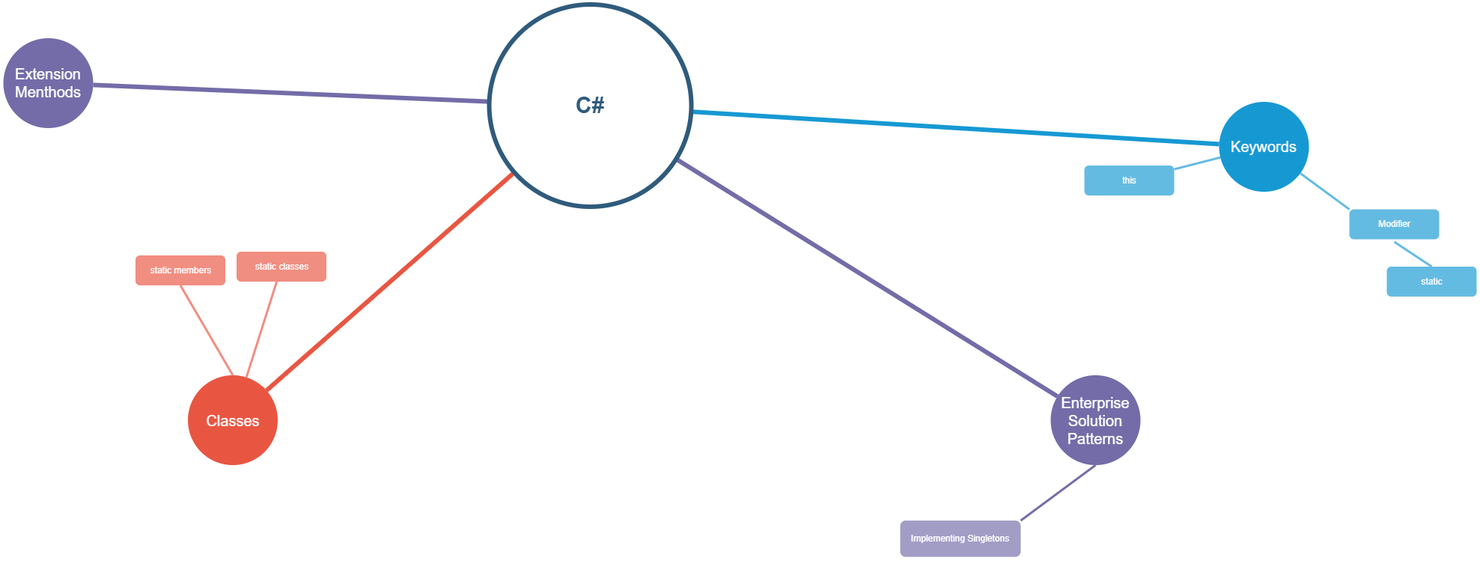
Earlier version of the draw.io export CSharp/Mindmap.png (muksiddheswar/Mind-Maps). Source tidied: cells renumbered, new cells last; positions are measured from the earlier drawing's top-left corner, leaving out a move shared by most shapes.
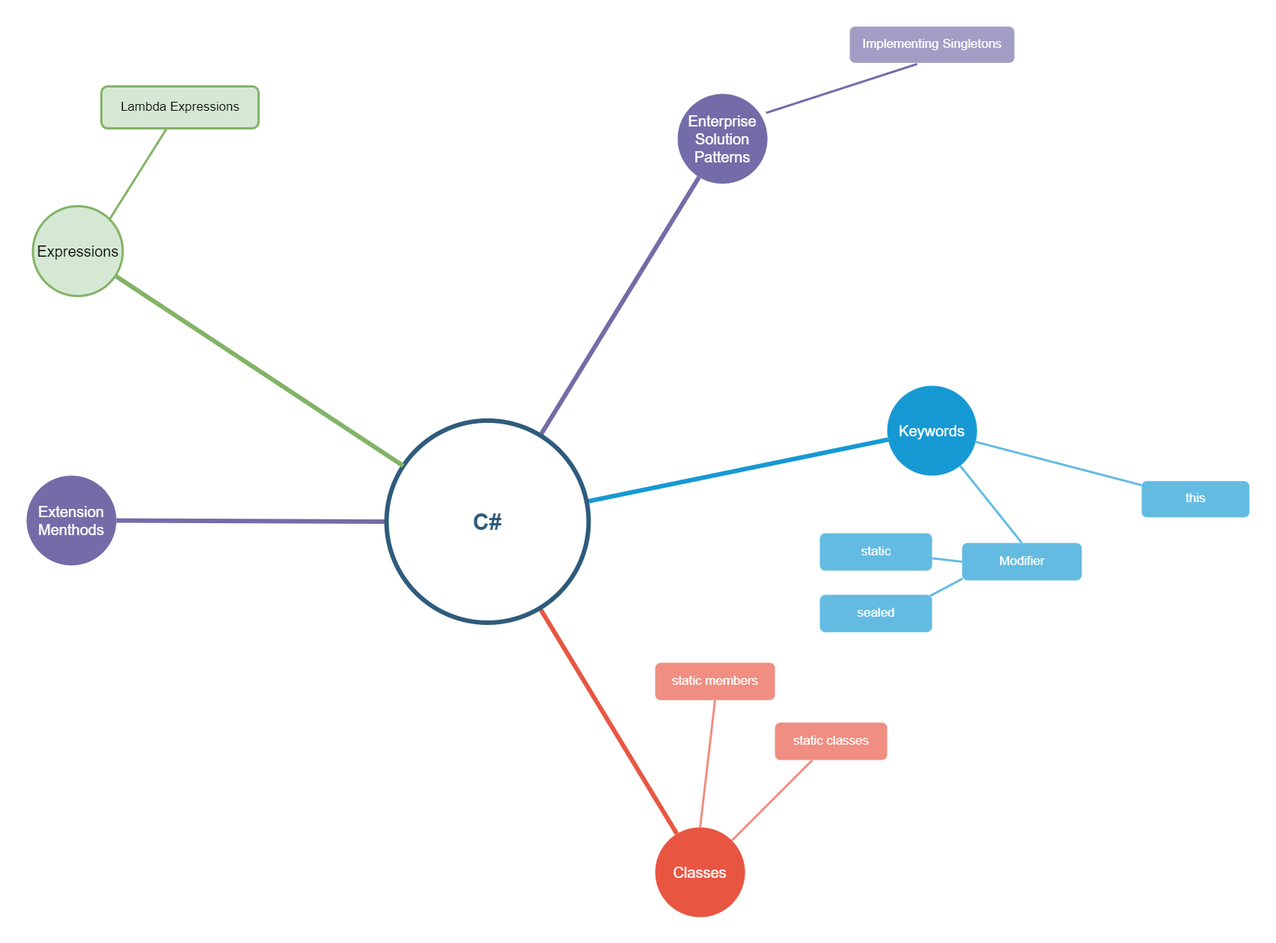
The same diagram one commit later.

Change to the diagram source:
```diff
@@ -3,13 +3,13 @@
     <mxCell id="0" />
     <mxCell id="1" parent="0" />
     <mxCell id="2" value="Keywords" style="ellipse;whiteSpace=wrap;html=1;shadow=0;fontFamily=Helvetica;fontSize=20;fontColor=#FFFFFF;align=center;strokeWidth=3;fillColor=#1699D3;strokeColor=none;" parent="1" vertex="1">
-      <mxGeometry x="1624" y="130.5" width="120" height="120" as="geometry" />
+      <mxGeometry x="1318" y="-46" width="120" height="120" as="geometry" />
     </mxCell>
     <mxCell id="3" value="Enterprise Solution Patterns" style="ellipse;whiteSpace=wrap;html=1;shadow=0;fontFamily=Helvetica;fontSize=20;fontColor=#FFFFFF;align=center;strokeWidth=3;fillColor=#736ca8;strokeColor=none;" parent="1" vertex="1">
-      <mxGeometry x="1399" y="495.5" width="120" height="120" as="geometry" />
+      <mxGeometry x="1038" y="-436" width="120" height="120" as="geometry" />
     </mxCell>
     <mxCell id="4" value="Classes" style="ellipse;whiteSpace=wrap;html=1;shadow=0;fontFamily=Helvetica;fontSize=20;fontColor=#FFFFFF;align=center;strokeWidth=3;fillColor=#E85642;strokeColor=none;" parent="1" vertex="1">
-      <mxGeometry x="246.5" y="495.5" width="120" height="120" as="geometry" />
+      <mxGeometry x="1008" y="544" width="120" height="120" as="geometry" />
     </mxCell>
     <mxCell id="5" style="endArrow=none;strokeWidth=6;strokeColor=#1699D3;html=1;" parent="1" edge="1" source="15" target="2">
       <mxGeometry relative="1" as="geometry" />
@@ -23,20 +23,20 @@
     <mxCell id="8" style="edgeStyle=none;endArrow=none;strokeWidth=6;strokeColor=#E85642;html=1;" parent="1" edge="1" source="15" target="4">
       <mxGeometry x="181" y="226.5" as="geometry" />
     </mxCell>
-    <mxCell id="9" value="this" style="rounded=1;fillColor=#64BBE2;strokeColor=none;strokeWidth=3;shadow=0;html=1;fontColor=#FFFFFF;" parent="1" vertex="1">
-      <mxGeometry x="1444" y="215.5" width="120" height="40" as="geometry" />
+    <mxCell id="9" value="this" style="rounded=1;fillColor=#64BBE2;strokeColor=none;strokeWidth=3;shadow=0;html=1;fontColor=#FFFFFF;fontSize=17;" parent="1" vertex="1">
+      <mxGeometry x="1658" y="81.2" width="144" height="48.5" as="geometry" />
     </mxCell>
     <mxCell id="10" style="edgeStyle=none;endArrow=none;strokeWidth=3;strokeColor=#64BBE2;html=1;" parent="1" edge="1" source="2" target="9">
       <mxGeometry x="-24" y="196.5" as="geometry" />
     </mxCell>
-    <mxCell id="11" value="Implementing Singletons" style="rounded=1;fillColor=#a29dc5;strokeColor=none;strokeWidth=3;shadow=0;html=1;fontColor=#FFFFFF;" parent="1" vertex="1">
-      <mxGeometry x="1198" y="689.5" width="161" height="48.5" as="geometry" />
+    <mxCell id="11" value="Implementing Singletons" style="rounded=1;fillColor=#a29dc5;strokeColor=none;strokeWidth=3;shadow=0;html=1;fontColor=#FFFFFF;fontSize=17;" parent="1" vertex="1">
+      <mxGeometry x="1268" y="-526" width="220" height="48.5" as="geometry" />
     </mxCell>
-    <mxCell id="12" value="static classes" style="rounded=1;fillColor=#f08e81;strokeColor=none;strokeWidth=3;shadow=0;html=1;fontColor=#FFFFFF;" parent="1" vertex="1">
-      <mxGeometry x="311.5" y="330.5" width="120" height="40" as="geometry" />
+    <mxCell id="12" value="static classes" style="rounded=1;fillColor=#f08e81;strokeColor=none;strokeWidth=3;shadow=0;html=1;fontColor=#FFFFFF;fontSize=17;" parent="1" vertex="1">
+      <mxGeometry x="1168" y="404" width="150" height="50" as="geometry" />
     </mxCell>
-    <mxCell id="13" value="static members" style="rounded=1;fillColor=#f08e81;strokeColor=none;strokeWidth=3;shadow=0;html=1;fontColor=#FFFFFF;" parent="1" vertex="1">
-      <mxGeometry x="176.5" y="335.5" width="120" height="40" as="geometry" />
+    <mxCell id="13" value="static members" style="rounded=1;fillColor=#f08e81;strokeColor=none;strokeWidth=3;shadow=0;html=1;fontColor=#FFFFFF;fontSize=17;" parent="1" vertex="1">
+      <mxGeometry x="1008" y="324" width="160" height="50" as="geometry" />
     </mxCell>
     <mxCell id="14" style="edgeStyle=none;endArrow=none;strokeWidth=3;strokeColor=#F08E81;html=1;" parent="1" edge="1" source="4" target="12">
       <mxGeometry x="188.5" y="51.5" as="geometry" />
@@ -45,25 +45,45 @@
       <mxGeometry x="649" y="0.5" width="270" height="270" as="geometry" />
     </mxCell>
     <mxCell id="16" value="Extension Menthods" style="ellipse;whiteSpace=wrap;html=1;shadow=0;fontFamily=Helvetica;fontSize=20;fontColor=#FFFFFF;align=center;strokeWidth=3;fillColor=#736ca8;strokeColor=none;" parent="1" vertex="1">
-      <mxGeometry y="45.5" width="120" height="120" as="geometry" />
+      <mxGeometry x="168" y="74" width="120" height="120" as="geometry" />
     </mxCell>
-    <mxCell id="17" value="Modifier" style="rounded=1;fillColor=#64BBE2;strokeColor=none;strokeWidth=3;shadow=0;html=1;fontColor=#FFFFFF;" parent="1" vertex="1">
-      <mxGeometry x="1798" y="274" width="120" height="40" as="geometry" />
+    <mxCell id="17" value="Modifier" style="rounded=1;fillColor=#64BBE2;strokeColor=none;strokeWidth=3;shadow=0;html=1;fontColor=#FFFFFF;fontSize=17;" parent="1" vertex="1">
+      <mxGeometry x="1418" y="164" width="160" height="50" as="geometry" />
     </mxCell>
-    <mxCell id="18" style="edgeStyle=none;endArrow=none;strokeWidth=3;strokeColor=#64BBE2;html=1;entryX=0;entryY=0;entryDx=0;entryDy=0;" parent="1" edge="1" source="2" target="17">
+    <mxCell id="18" style="edgeStyle=none;endArrow=none;strokeWidth=3;strokeColor=#64BBE2;html=1;entryX=0.5;entryY=0;entryDx=0;entryDy=0;" parent="1" edge="1" source="2" target="17">
       <mxGeometry x="-14" y="206.5" as="geometry" />
     </mxCell>
-    <mxCell id="19" value="static" style="rounded=1;fillColor=#64BBE2;strokeColor=none;strokeWidth=3;shadow=0;html=1;fontColor=#FFFFFF;" parent="1" vertex="1">
-      <mxGeometry x="1848" y="350.5" width="120" height="40" as="geometry" />
+    <mxCell id="19" value="static" style="rounded=1;fillColor=#64BBE2;strokeColor=none;strokeWidth=3;shadow=0;html=1;fontColor=#FFFFFF;fontSize=17;" parent="1" vertex="1">
+      <mxGeometry x="1228" y="151" width="150" height="50" as="geometry" />
     </mxCell>
-    <mxCell id="20" style="edgeStyle=none;endArrow=none;strokeWidth=3;strokeColor=#64BBE2;html=1;entryX=0.5;entryY=1.085;entryDx=0;entryDy=0;entryPerimeter=0;exitX=0.5;exitY=0;exitDx=0;exitDy=0;" parent="1" edge="1" source="19" target="17">
+    <mxCell id="20" style="edgeStyle=none;endArrow=none;strokeWidth=3;strokeColor=#64BBE2;html=1;entryX=0;entryY=0.5;entryDx=0;entryDy=0;" parent="1" edge="1" source="19" target="17">
       <mxGeometry x="-4" y="216.5" as="geometry" />
     </mxCell>
-    <mxCell id="21" style="endArrow=none;strokeWidth=3;strokeColor=#736ca8;html=1;entryX=0.5;entryY=1;entryDx=0;entryDy=0;exitX=1;exitY=0;exitDx=0;exitDy=0;" parent="1" edge="1" source="11" target="3">
-      <mxGeometry relative="1" as="geometry" />
+    <mxCell id="21" style="endArrow=none;strokeWidth=3;strokeColor=#736ca8;html=1;entryX=0.986;entryY=0.211;entryDx=0;entryDy=0;entryPerimeter=0;" parent="1" edge="1" target="3">
+      <mxGeometry relative="1" as="geometry">
+        <mxPoint x="1358" y="-476" as="sourcePoint" />
+      </mxGeometry>
     </mxCell>
     <mxCell id="22" style="edgeStyle=none;endArrow=none;strokeWidth=3;strokeColor=#F08E81;html=1;entryX=0.5;entryY=1;entryDx=0;entryDy=0;exitX=0.5;exitY=0;exitDx=0;exitDy=0;" parent="1" edge="1" source="4" target="13">
       <mxGeometry x="198.5" y="61.5" as="geometry" />
     </mxCell>
+    <mxCell id="23" style="endArrow=none;strokeWidth=6;strokeColor=#82b366;html=1;fillColor=#d5e8d4;" parent="1" edge="1" source="15" target="24">
+      <mxGeometry relative="1" as="geometry" />
+    </mxCell>
+    <mxCell id="24" value="Expressions" style="ellipse;whiteSpace=wrap;html=1;shadow=0;fontFamily=Helvetica;fontSize=20;align=center;strokeWidth=3;fillColor=#d5e8d4;strokeColor=#82b366;" parent="1" vertex="1">
+      <mxGeometry x="176.5" y="-286" width="120" height="120" as="geometry" />
+    </mxCell>
+    <mxCell id="25" value="Lambda Expressions" style="rounded=1;fillColor=#d5e8d4;strokeColor=#82b366;strokeWidth=3;shadow=0;html=1;fontSize=17;" parent="1" vertex="1">
+      <mxGeometry x="268" y="-446" width="210" height="56" as="geometry" />
+    </mxCell>
+    <mxCell id="26" style="edgeStyle=none;endArrow=none;strokeWidth=3;strokeColor=#82b366;html=1;exitX=1;exitY=0;exitDx=0;exitDy=0;fillColor=#d5e8d4;" parent="1" edge="1" source="24" target="25">
+      <mxGeometry x="188.5" y="51.5" as="geometry" />
+    </mxCell>
+    <mxCell id="27" value="sealed" style="rounded=1;fillColor=#64BBE2;strokeColor=none;strokeWidth=3;shadow=0;html=1;fontColor=#FFFFFF;fontSize=17;" parent="1" vertex="1">
+      <mxGeometry x="1228" y="233.2" width="150" height="50" as="geometry" />
+    </mxCell>
+    <mxCell id="28" style="edgeStyle=none;endArrow=none;strokeWidth=3;strokeColor=#64BBE2;html=1;entryX=0.005;entryY=0.952;entryDx=0;entryDy=0;entryPerimeter=0;exitX=0.981;exitY=0.032;exitDx=0;exitDy=0;exitPerimeter=0;" parent="1" edge="1" source="27" target="17">
+      <mxGeometry x="-4" y="216.5" as="geometry" />
+    </mxCell>
   </root>
 </mxGraphModel>
```
